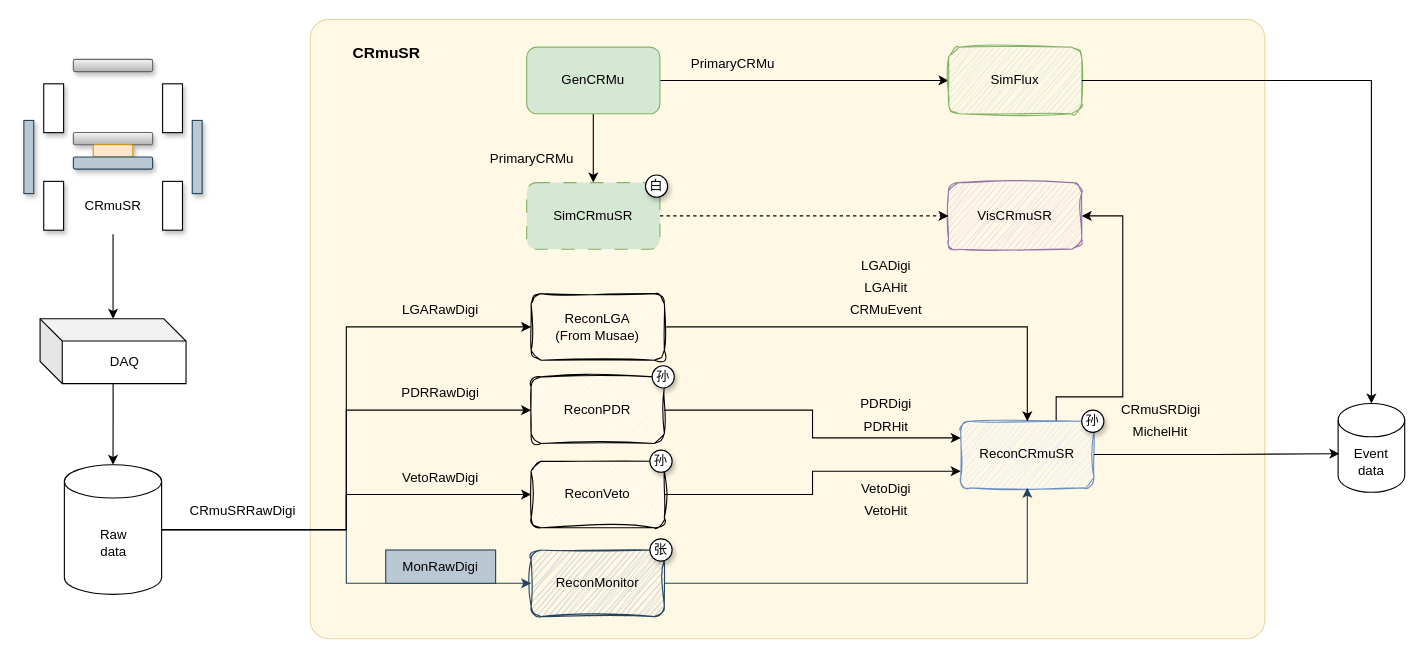
Earlier version of the draw.io diagram CRmuSRRecon.drawio (Lawrence-Sun/diagrams). Source tidied: cells renumbered, new cells numbered last; positions are measured from the earlier drawing's top-left corner, leaving out a move shared by most shapes. Both pictures are drawn from the tidied source at 111%, with x=0, y=0 at pixel (23, 19).
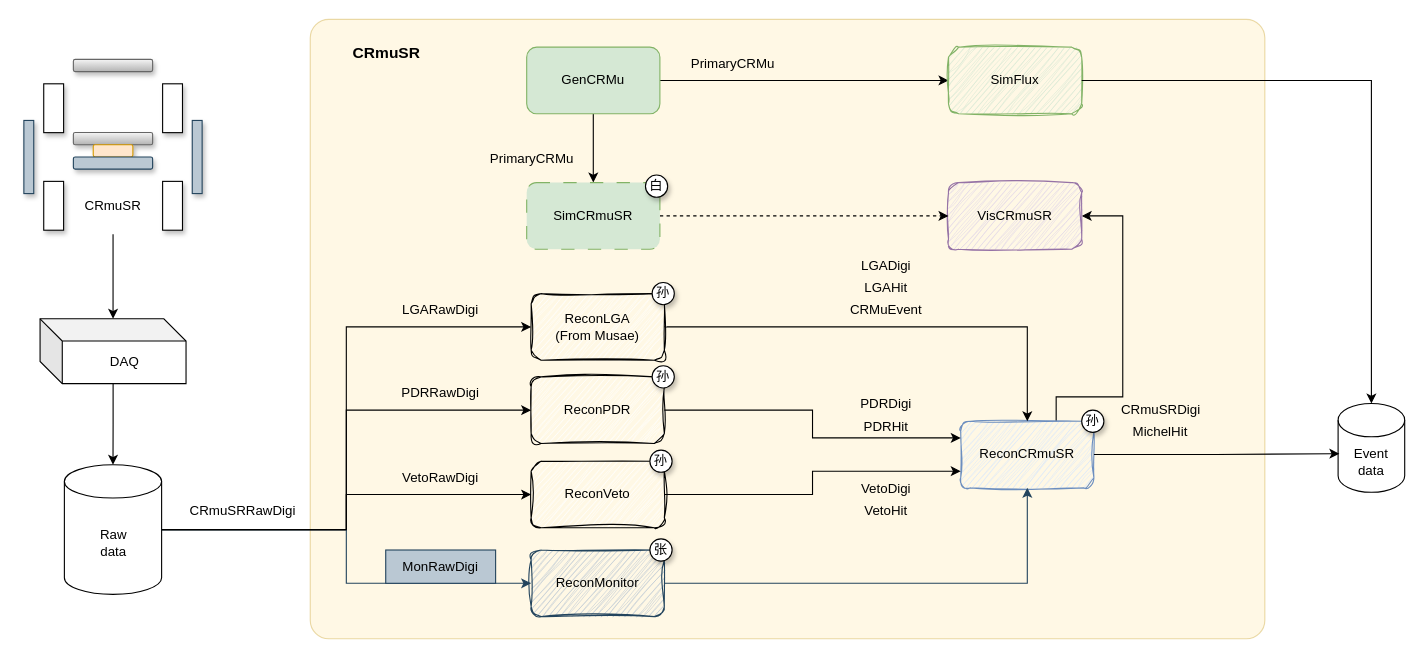
Above is the later version.

The change refers to these unchanged cells:
```xml
<mxCell id="2" style="group;" parent="1" vertex="1">
  <mxGeometry x="30" width="1214" height="558" as="geometry" />
</mxCell>
```

What changed in the source:
```diff
@@
+    <mxCell id="66" value="孙" style="ellipse;whiteSpace=wrap;html=1;shadow=1;" parent="2" vertex="1">
+      <mxGeometry x="536" y="237" width="20" height="20" as="geometry" />
+    </mxCell>
```
